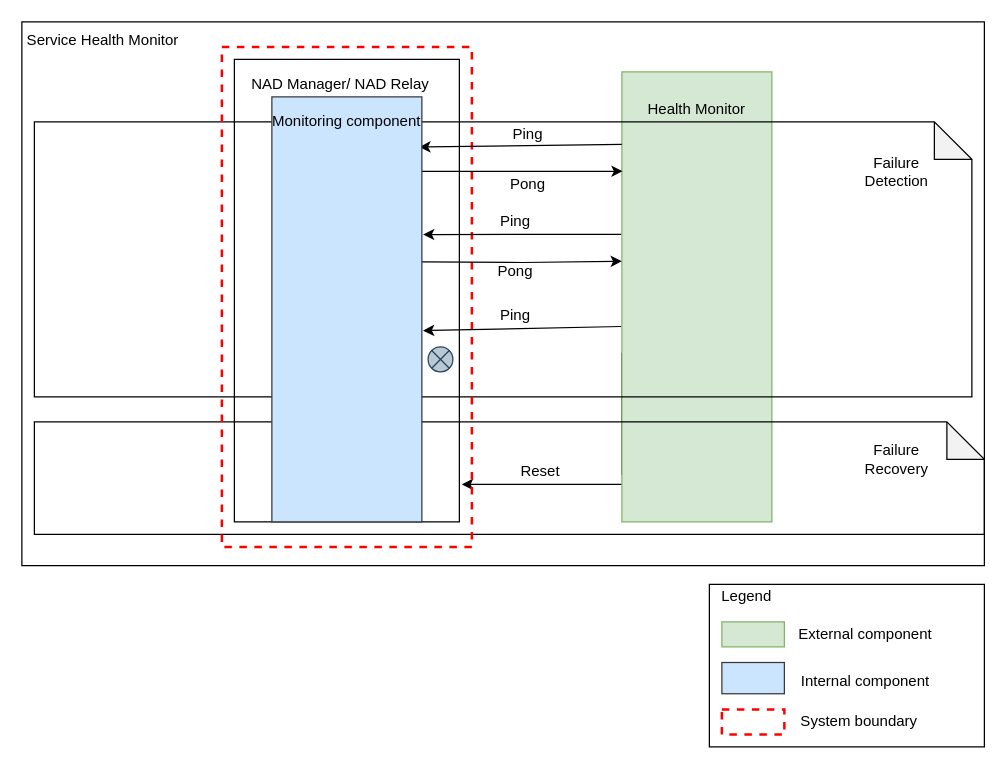
Above: page "pingpong" (2 of 13) of doc/SA cert/Design/availability.drawio in taikt/codefun (draw.io), before the change. Source tidied: cells renumbered, new cells numbered last; positions are measured from the earlier drawing's top-left corner, leaving out a move shared by most shapes. Both pictures are drawn from the tidied source at 125%, with x=0, y=0 at pixel (21, 21).
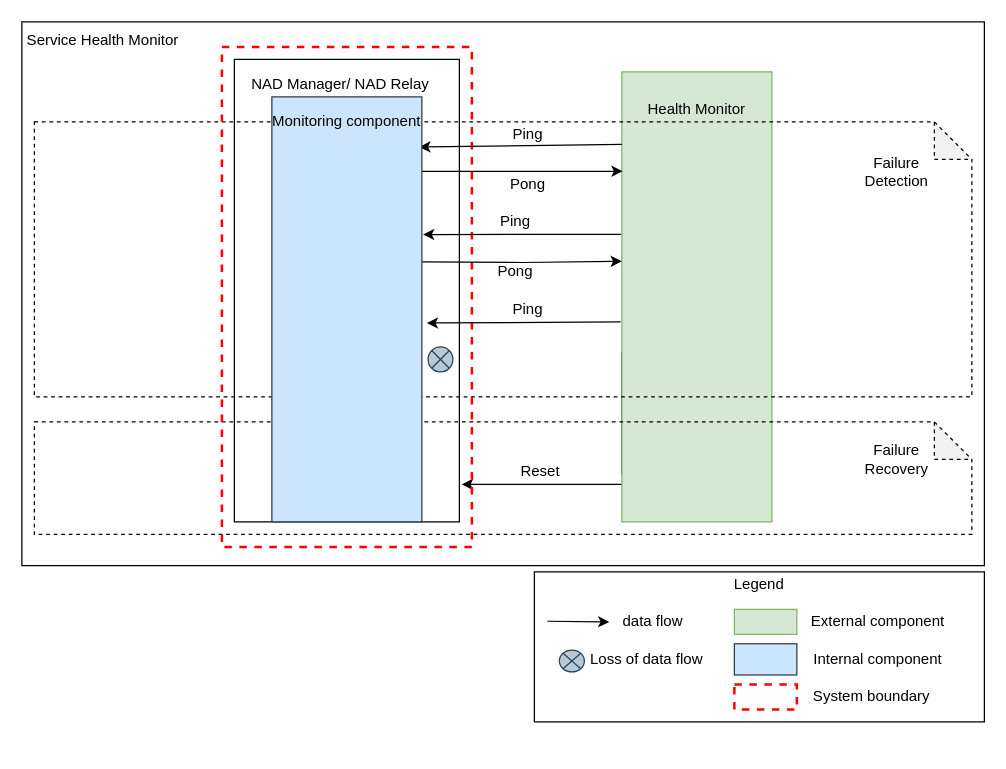
The same diagram, later.

Unchanged cells that the change refers to:
```xml
<mxCell id="35" style="rounded=0;whiteSpace=wrap;html=1;fillColor=#cce5ff;strokeColor=#36393d;" parent="1" vertex="1">
  <mxGeometry x="200" y="60" width="120" height="340" as="geometry" />
</mxCell>
```

Change to the diagram source:
```diff
@@
-    <mxCell id="8" style="shape=note;whiteSpace=wrap;html=1;backgroundOutline=1;darkOpacity=0.05;gradientColor=#ffffff;fillColor=none;" parent="1" vertex="1">
+    <mxCell id="8" style="shape=note;whiteSpace=wrap;html=1;backgroundOutline=1;darkOpacity=0.05;gradientColor=#ffffff;fillColor=none;dashed=1;" parent="1" vertex="1">
       <mxGeometry x="10" y="80" width="750" height="220" as="geometry" />
     </mxCell>
@@
-    <mxCell id="13" style="shape=note;whiteSpace=wrap;html=1;backgroundOutline=1;darkOpacity=0.05;gradientColor=#ffffff;fillColor=none;" parent="1" vertex="1">
-      <mxGeometry x="10" y="320" width="760" height="90" as="geometry" />
+    <mxCell id="13" style="shape=note;whiteSpace=wrap;html=1;backgroundOutline=1;darkOpacity=0.05;gradientColor=#ffffff;fillColor=none;dashed=1;" parent="1" vertex="1">
+      <mxGeometry x="10" y="320" width="750" height="90" as="geometry" />
     </mxCell>
@@
-    <mxCell id="19" style="rounded=0;whiteSpace=wrap;html=1;strokeColor=#000000;strokeWidth=1;fillColor=none;" parent="1" vertex="1">
-      <mxGeometry x="550" y="450" width="220" height="130" as="geometry" />
-    </mxCell>
-    <mxCell id="20" value="Legend" style="text;html=1;strokeColor=none;fillColor=none;align=center;verticalAlign=middle;whiteSpace=wrap;rounded=0;" parent="1" vertex="1">
-      <mxGeometry x="560" y="450" width="40" height="20" as="geometry" />
-    </mxCell>
-    <mxCell id="21" style="rounded=0;whiteSpace=wrap;html=1;fillColor=#d5e8d4;strokeColor=#82b366;" parent="1" vertex="1">
-      <mxGeometry x="560" y="480" width="50" height="20" as="geometry" />
-    </mxCell>
-    <mxCell id="22" value="External component" style="text;html=1;strokeColor=none;fillColor=none;align=center;verticalAlign=middle;whiteSpace=wrap;rounded=0;" parent="1" vertex="1">
-      <mxGeometry x="600" y="480" width="150" height="20" as="geometry" />
-    </mxCell>
-    <mxCell id="23" style="rounded=0;whiteSpace=wrap;html=1;fillColor=#cce5ff;strokeColor=#36393d;" parent="1" vertex="1">
-      <mxGeometry x="560" y="512.5" width="50" height="25" as="geometry" />
-    </mxCell>
-    <mxCell id="24" value="Internal component" style="text;html=1;strokeColor=none;fillColor=none;align=center;verticalAlign=middle;whiteSpace=wrap;rounded=0;" parent="1" vertex="1">
-      <mxGeometry x="615" y="517.5" width="120" height="20" as="geometry" />
-    </mxCell>
@@
-    <mxCell id="26" style="rounded=0;whiteSpace=wrap;html=1;strokeWidth=2;fillColor=none;dashed=1;strokeColor=#FF0000;" parent="1" vertex="1">
-      <mxGeometry x="560" y="550" width="50" height="20" as="geometry" />
-    </mxCell>
-    <mxCell id="27" value="System boundary" style="text;html=1;strokeColor=none;fillColor=none;align=center;verticalAlign=middle;whiteSpace=wrap;rounded=0;" parent="1" vertex="1">
-      <mxGeometry x="610" y="550" width="120" height="20" as="geometry" />
-    </mxCell>
@@
-    <mxCell id="31" style="endArrow=classic;html=1;exitX=0;exitY=0.161;exitDx=0;exitDy=0;exitPerimeter=0;entryX=1.008;entryY=0.55;entryDx=0;entryDy=0;entryPerimeter=0;" parent="1" edge="1" target="35">
+    <mxCell id="31" style="endArrow=classic;html=1;entryX=1.033;entryY=0.532;entryDx=0;entryDy=0;entryPerimeter=0;" parent="1" edge="1" target="35">
       <mxGeometry relative="1" as="geometry">
-        <mxPoint x="479.4" y="243.7" as="sourcePoint" />
+        <mxPoint x="479" y="240" as="sourcePoint" />
       </mxGeometry>
     </mxCell>
@@
     <mxCell id="34" value="Ping" style="text;html=1;strokeColor=none;fillColor=none;align=center;verticalAlign=middle;whiteSpace=wrap;rounded=0;" parent="1" vertex="1">
-      <mxGeometry x="340.2" y="225" width="110" height="20" as="geometry" />
+      <mxGeometry x="350.2" y="220" width="110" height="20" as="geometry" />
     </mxCell>
@@
+    <mxCell id="37" style="rounded=0;whiteSpace=wrap;html=1;strokeColor=#000000;strokeWidth=1;fillColor=none;" parent="1" vertex="1">
+      <mxGeometry x="410" y="440" width="360" height="120" as="geometry" />
+    </mxCell>
+    <mxCell id="20" value="Legend" style="text;html=1;strokeColor=none;fillColor=none;align=center;verticalAlign=middle;whiteSpace=wrap;rounded=0;" parent="1" vertex="1">
+      <mxGeometry x="570" y="440" width="40" height="20" as="geometry" />
+    </mxCell>
+    <mxCell id="38" style="rounded=0;whiteSpace=wrap;html=1;fillColor=#d5e8d4;strokeColor=#82b366;" parent="1" vertex="1">
+      <mxGeometry x="570" y="470" width="50" height="20" as="geometry" />
+    </mxCell>
+    <mxCell id="22" value="External component" style="text;html=1;strokeColor=none;fillColor=none;align=center;verticalAlign=middle;whiteSpace=wrap;rounded=0;" parent="1" vertex="1">
+      <mxGeometry x="610" y="470" width="150" height="20" as="geometry" />
+    </mxCell>
+    <mxCell id="39" style="rounded=0;whiteSpace=wrap;html=1;fillColor=#cce5ff;strokeColor=#36393d;" parent="1" vertex="1">
+      <mxGeometry x="570" y="497.5" width="50" height="25" as="geometry" />
+    </mxCell>
+    <mxCell id="24" value="Internal component" style="text;html=1;strokeColor=none;fillColor=none;align=center;verticalAlign=middle;whiteSpace=wrap;rounded=0;" parent="1" vertex="1">
+      <mxGeometry x="625" y="500" width="120" height="20" as="geometry" />
+    </mxCell>
+    <mxCell id="40" style="rounded=0;whiteSpace=wrap;html=1;strokeWidth=2;fillColor=none;dashed=1;strokeColor=#FF0000;" parent="1" vertex="1">
+      <mxGeometry x="570" y="530" width="50" height="20" as="geometry" />
+    </mxCell>
+    <mxCell id="27" value="System boundary" style="text;html=1;strokeColor=none;fillColor=none;align=center;verticalAlign=middle;whiteSpace=wrap;rounded=0;" parent="1" vertex="1">
+      <mxGeometry x="620" y="530" width="120" height="20" as="geometry" />
+    </mxCell>
+    <mxCell id="41" style="endArrow=classic;html=1;rounded=0;" parent="1" edge="1">
+      <mxGeometry relative="1" as="geometry">
+        <mxPoint x="420.4" y="479.5" as="sourcePoint" />
+        <mxPoint x="470" y="480" as="targetPoint" />
+      </mxGeometry>
+    </mxCell>
+    <mxCell id="42" value="data flow" style="text;html=1;strokeColor=none;fillColor=none;align=center;verticalAlign=middle;whiteSpace=wrap;rounded=0;" parent="1" vertex="1">
+      <mxGeometry x="430" y="470" width="150" height="20" as="geometry" />
+    </mxCell>
+    <mxCell id="43" style="shape=sumEllipse;perimeter=ellipsePerimeter;whiteSpace=wrap;html=1;backgroundOutline=1;fillColor=#bac8d3;strokeColor=#23445d;" parent="1" vertex="1">
+      <mxGeometry x="430" y="502.5" width="20" height="17.5" as="geometry" />
+    </mxCell>
+    <mxCell id="44" value="Loss of data flow" style="text;html=1;strokeColor=none;fillColor=none;align=center;verticalAlign=middle;whiteSpace=wrap;rounded=0;" parent="1" vertex="1">
+      <mxGeometry x="425" y="500" width="150" height="20" as="geometry" />
+    </mxCell>
```
